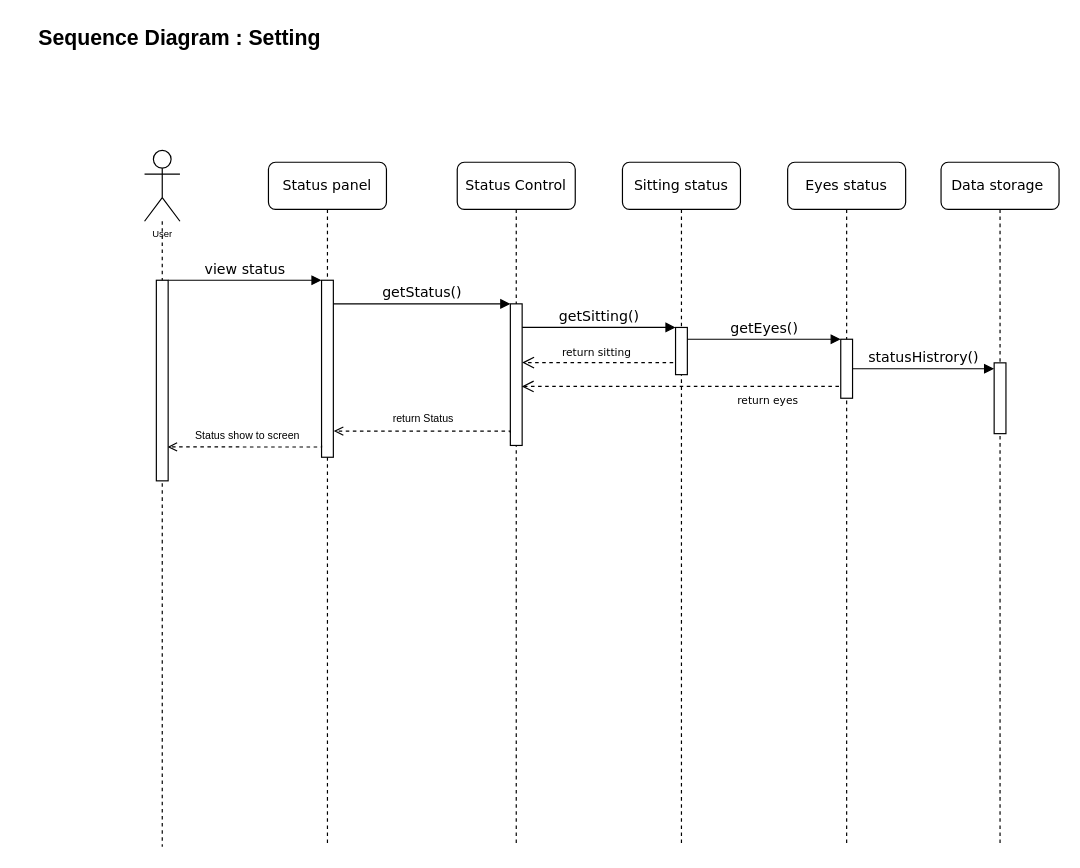
Above: page "Status" (4 of 5) of Sequence_diagram.drawio in astrrr/Right-posture (draw.io), before the change. Source tidied: cells renumbered, new cells numbered last; positions are measured from the earlier drawing's top-left corner, leaving out a move shared by most shapes. Both pictures are drawn from the tidied source at 118%, with x=0, y=0 at pixel (20, 20).
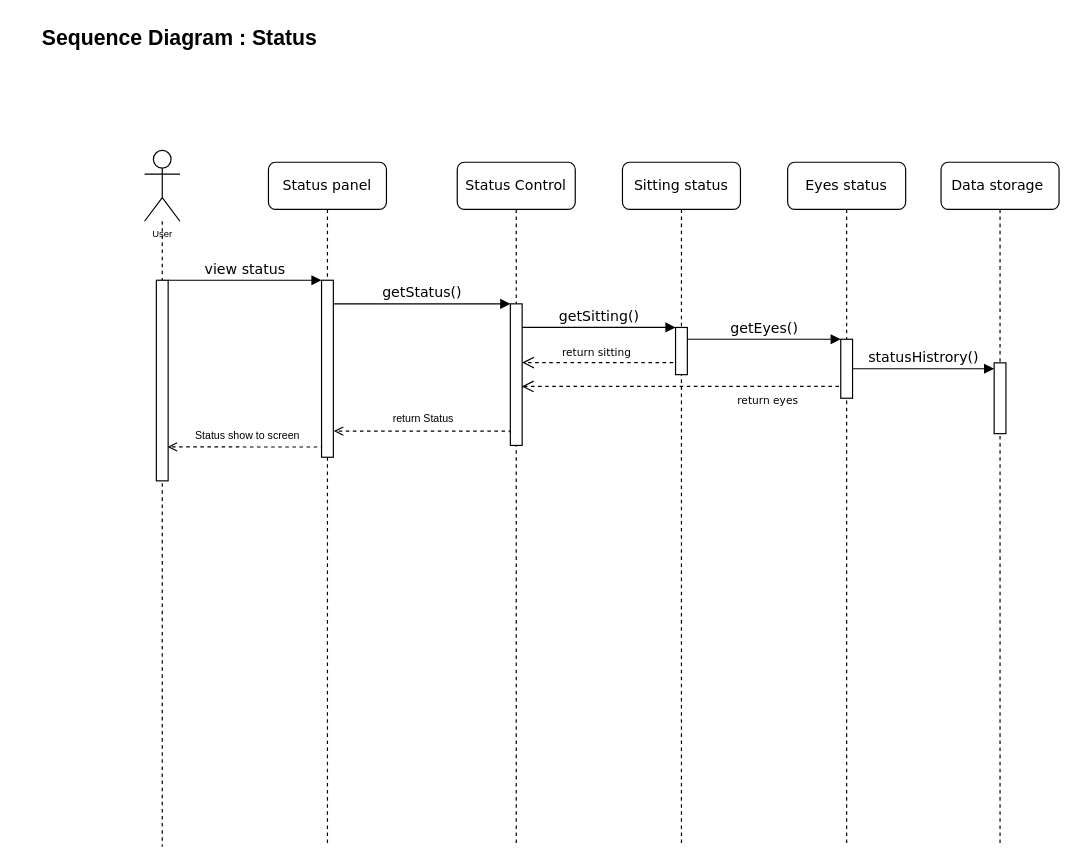
The same diagram, later.

Commit message (it also covers changes not shown here):
fix flow Status and Setting

The edit, as a diff of the source:
```diff
@@
-    <mxCell id="2" value="Sequence Diagram : Setting" style="text;html=1;strokeColor=none;fillColor=none;align=center;verticalAlign=middle;whiteSpace=wrap;rounded=0;fontSize=18;fontStyle=1;" parent="1" vertex="1">
+    <mxCell id="2" value="Sequence Diagram : Status" style="text;html=1;strokeColor=none;fillColor=none;align=center;verticalAlign=middle;whiteSpace=wrap;rounded=0;fontSize=18;fontStyle=1;" parent="1" vertex="1">
       <mxGeometry width="270" height="30" as="geometry" />
     </mxCell>
```
